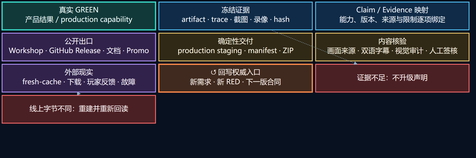
The Mermaid diagram docs/project-causality-architecture/rendered/05-loop-d-evidence-release.png in XenoAmess/ck3_eternal_recurrence, before a commit. Its source is kept beside it as docs/project-causality-architecture/src/05-loop-d-evidence-release.mmd.
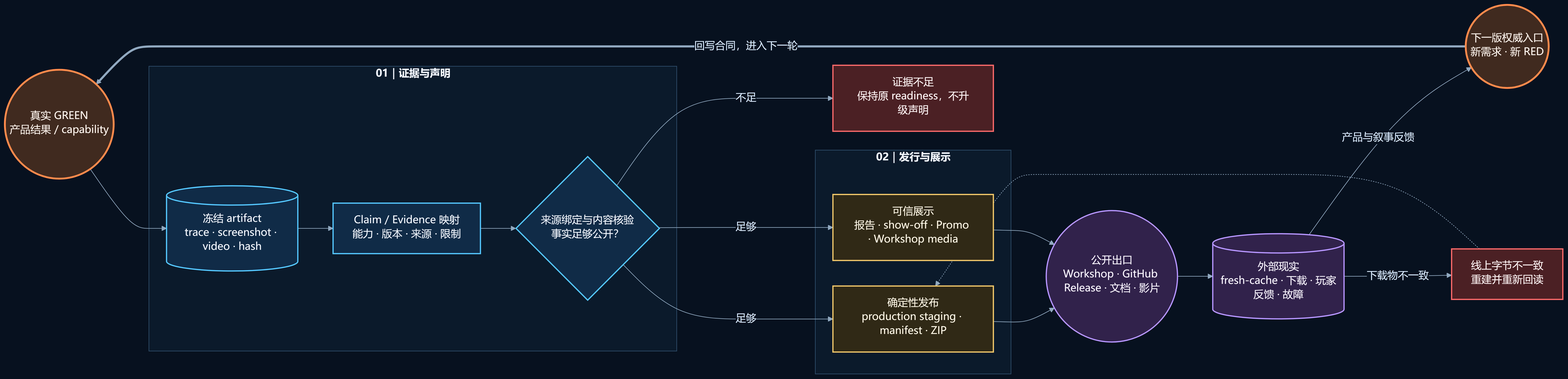
After the commit.

Change to the diagram source:
```diff
@@ -1,21 +1,45 @@
-block-beta
-    columns 3
-    D1["真实 GREEN<br/>产品结果 / production capability"] D2["冻结证据<br/>artifact · trace · 截图 · 录像 · hash"] D3["Claim / Evidence 映射<br/>能力、版本、来源与限制逐项绑定"]
-    D6["公开出口<br/>Workshop · GitHub Release · 文档 · Promo"] D5["确定性交付<br/>production staging · manifest · ZIP"] D4["内容核验<br/>画面来源 · 双语字幕 · 视觉审计 · 人工签核"]
-    D7["外部现实<br/>fresh-cache · 下载 · 玩家反馈 · 故障"] D8["↺ 回写权威入口<br/>新需求 · 新 RED · 下一版合同"] DR1["证据不足：不升级声明"]
-    DR2["线上字节不同：重建并重新回读"] space space
+flowchart LR
+    D1(("真实 GREEN<br/>产品结果 / capability"))
 
-    D1 --> D2 --> D3 --> D4 --> D5 --> D6 --> D7 --> D8
-    D2 -.-> DR1
-    D7 -.-> DR2
+    subgraph TRUST["01｜证据与声明"]
+      direction TB
+      D2[("冻结 artifact<br/>trace · screenshot · video · hash")]
+      D3["Claim / Evidence 映射<br/>能力 · 版本 · 来源 · 限制"]
+      D4{"来源绑定与内容核验<br/>事实足够公开？"}
+      D2 --> D3 --> D4
+    end
 
-    style D1 fill:#123939,stroke:#38d6c5,color:#effffd,stroke-width:3px
-    style D2 fill:#102b47,stroke:#55c8ff,color:#f4f8ff,stroke-width:2px
-    style D3 fill:#102b47,stroke:#55c8ff,color:#f4f8ff,stroke-width:2px
-    style D4 fill:#302916,stroke:#f3c96b,color:#fff8e7,stroke-width:2px
-    style D5 fill:#302916,stroke:#f3c96b,color:#fff8e7,stroke-width:2px
-    style D6 fill:#31224b,stroke:#b796ff,color:#faf6ff,stroke-width:2px
-    style D7 fill:#31224b,stroke:#b796ff,color:#faf6ff,stroke-width:2px
-    style D8 fill:#402a1f,stroke:#ff8a4c,color:#fff6ef,stroke-width:3px
-    style DR1 fill:#4b2024,stroke:#ff6b6b,color:#fff5f5,stroke-width:2px
-    style DR2 fill:#4b2024,stroke:#ff6b6b,color:#fff5f5,stroke-width:2px
+    subgraph DELIVERY["02｜发行与展示"]
+      direction TB
+      D5["确定性发布<br/>production staging · manifest · ZIP"]
+      D6["可信展示<br/>报告 · show-off · Promo · Workshop media"]
+    end
+
+    D7(("公开出口<br/>Workshop · GitHub Release · 文档 · 影片"))
+    D8[("外部现实<br/>fresh-cache · 下载 · 玩家反馈 · 故障")]
+    D9(("下一版权威入口<br/>新需求 · 新 RED"))
+    HOLD["证据不足<br/>保持原 readiness，不升级声明"]
+    REBUILD["线上字节不一致<br/>重建并重新回读"]
+
+    D1 --> D2
+    D4 -- "足够" --> D5
+    D4 -- "足够" --> D6
+    D4 -- "不足" --> HOLD
+    D5 --> D7
+    D6 --> D7
+    D7 --> D8
+    D8 -- "产品与叙事反馈" --> D9
+    D8 -- "下载物不一致" --> REBUILD
+    REBUILD -.-> D5
+    D9 == "回写合同，进入下一轮" ==> D1
+
+    class D1,D9 loop;
+    class D2,D3,D4 evidence;
+    class D5,D6 delivery;
+    class D7,D8 public;
+    class HOLD,REBUILD red;
+    classDef loop fill:#402a1f,stroke:#ff8a4c,color:#fff6ef,stroke-width:3px;
+    classDef evidence fill:#102b47,stroke:#55c8ff,color:#f4f8ff,stroke-width:2px;
+    classDef delivery fill:#302916,stroke:#f3c96b,color:#fff8e7,stroke-width:2px;
+    classDef public fill:#31224b,stroke:#b796ff,color:#faf6ff,stroke-width:2px;
+    classDef red fill:#4b2024,stroke:#ff6b6b,color:#fff5f5,stroke-width:2px;
```
